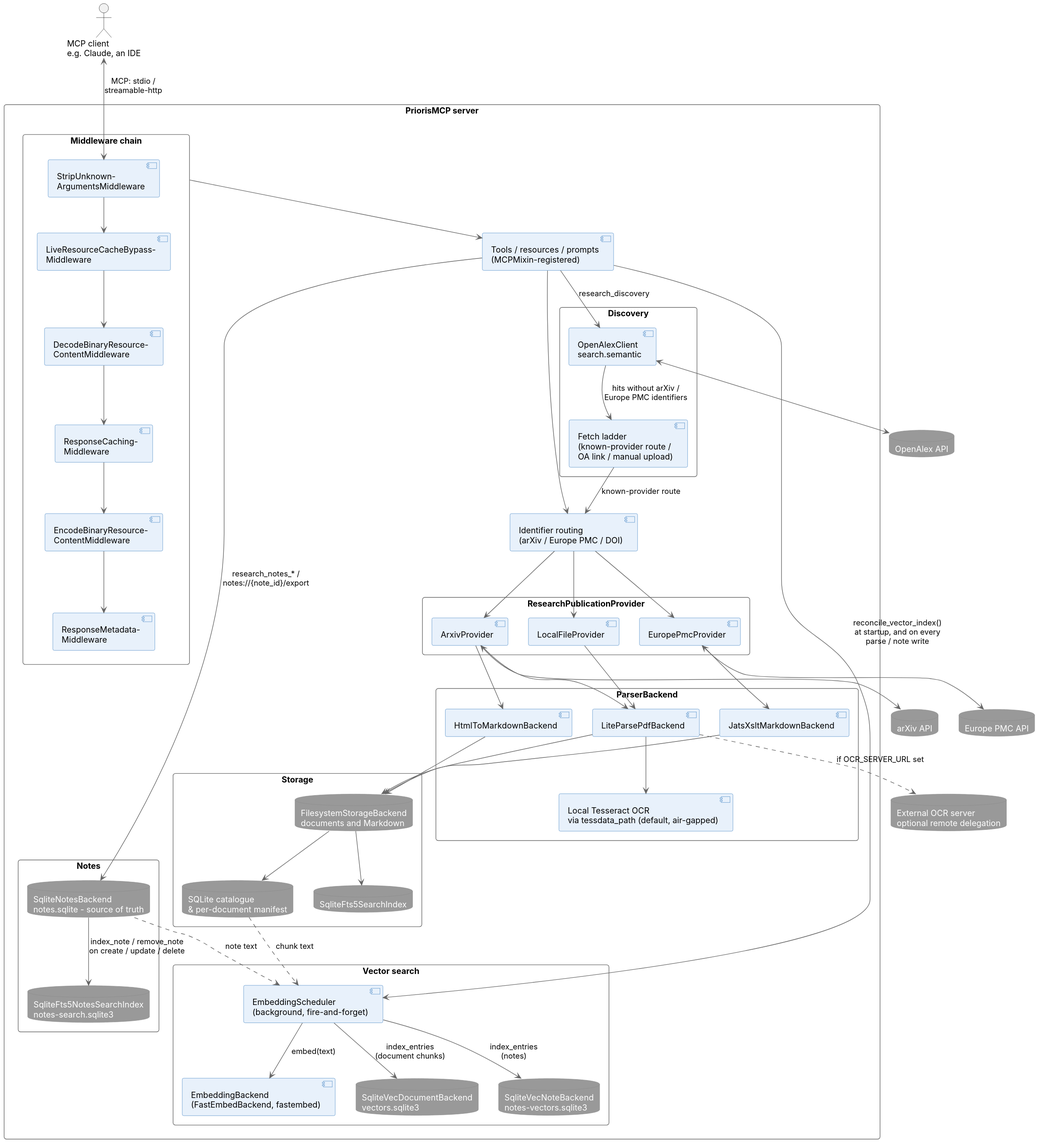
Above: docs/images/system-architecture-overview-detailed.svg in anirbanbasu/prioris-mcp (PlantUML), before the change.
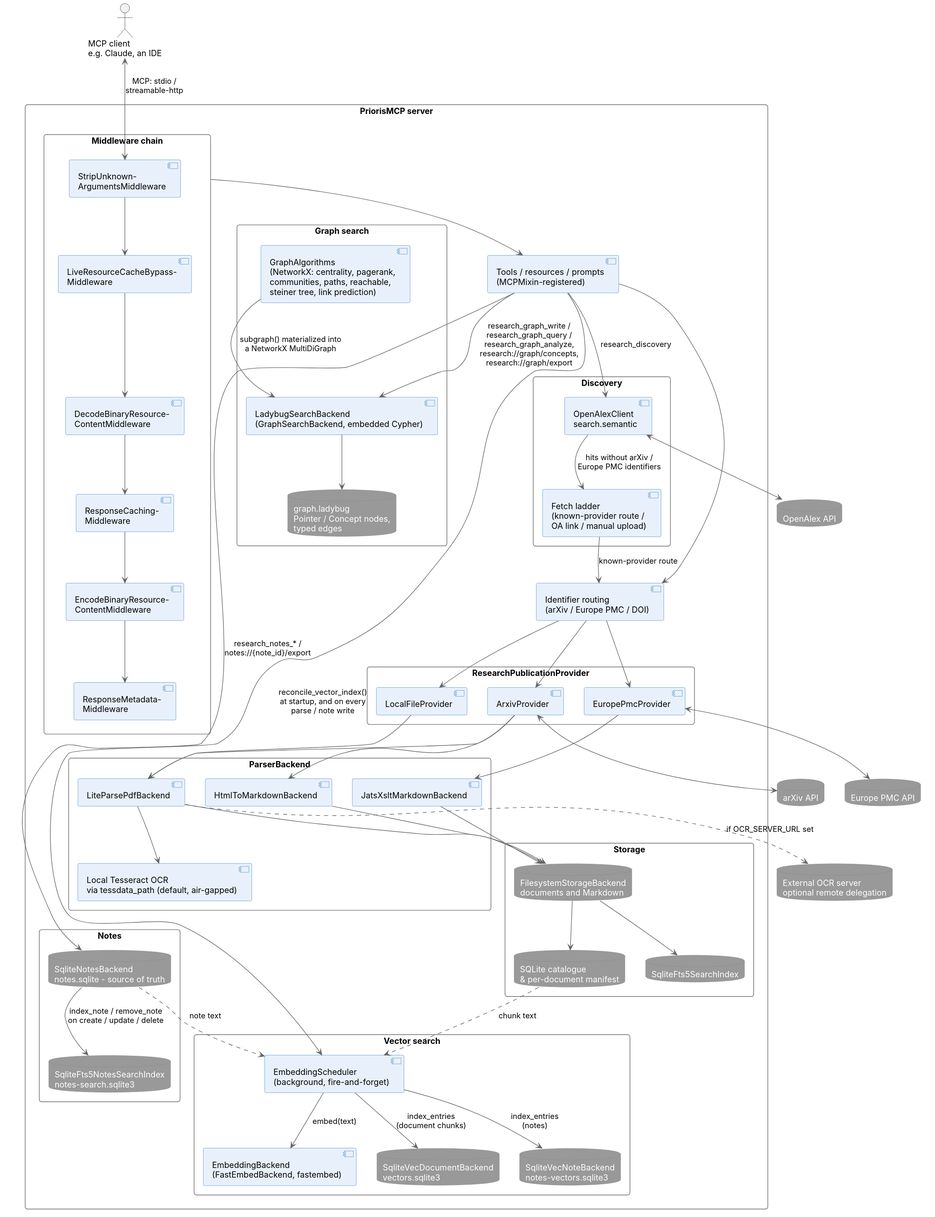
The same diagram one commit later.

Commit message:
docs: Reflect the graph-search backend in diagrams and user docs

The edit, as a diff of the source:
```diff
@@ -75,11 +75,18 @@
         database "SqliteVecNoteBackend\nnotes-vectors.sqlite3" as VecNotes
     }
 
+    rectangle "Graph search" as Graph {
+        component "LadybugSearchBackend\n(GraphSearchBackend, embedded Cypher)" as GraphBackend
+        component "GraphAlgorithms\n(NetworkX: centrality, pagerank,\ncommunities, paths, reachable,\nsteiner tree, link prediction)" as GraphAlgo
+        database "graph.ladybug\nPointer / Concept nodes,\ntyped edges" as GraphDb
+    }
+
     MW --> Core
     Core --> Router
     Core --> NotesDb : research_notes_* /\nnotes://{note_id}/export
     Core --> OpenAlexClient : research_discovery
     Core --> Sched : reconcile_vector_index()\nat startup, and on every\nparse / note write
+    Core --> GraphBackend : research_graph_write /\nresearch_graph_query /\nresearch_graph_analyze,\nresearch://graph/concepts,\nresearch://graph/export
     Router --> Arxiv
     Router --> EuropePmc
     Router --> LocalFile
@@ -101,6 +108,8 @@
     Sched --> VecNotes : index_entries\n(notes)
     Catalogue ..> Sched : chunk text
     NotesDb ..> Sched : note text
+    GraphAlgo --> GraphBackend : subgraph() materialized into\na NetworkX MultiDiGraph
+    GraphBackend --> GraphDb
 }
 
 database "arXiv API" as ArxivApi
```
